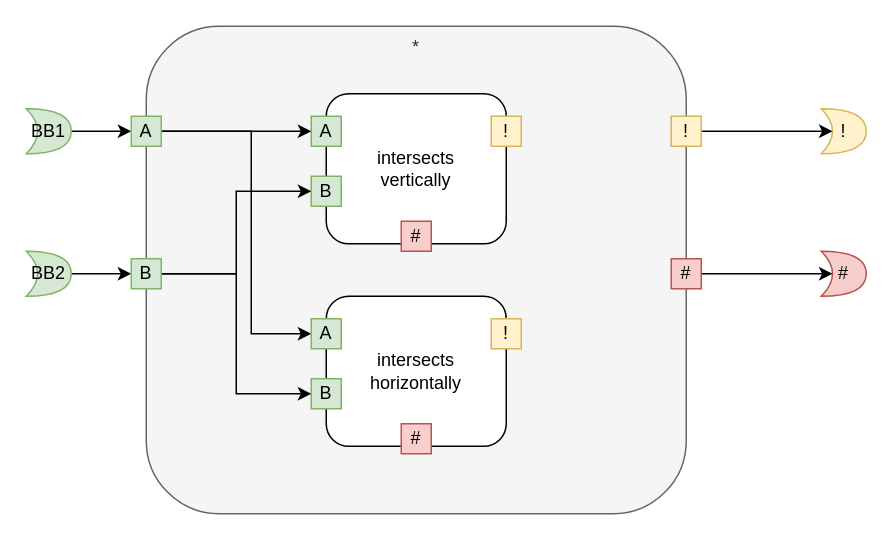
The draw.io diagram page "A intersects B" (11 of 29) of intersection.drawio in guitarvydas/dasl, before the edit. Source tidied: cells renumbered, new cells numbered last; positions are measured from the earlier drawing's top-left corner, leaving out a move shared by most shapes. Both pictures are drawn from the tidied source at 150%, with x=0, y=0 at pixel (26, 26).
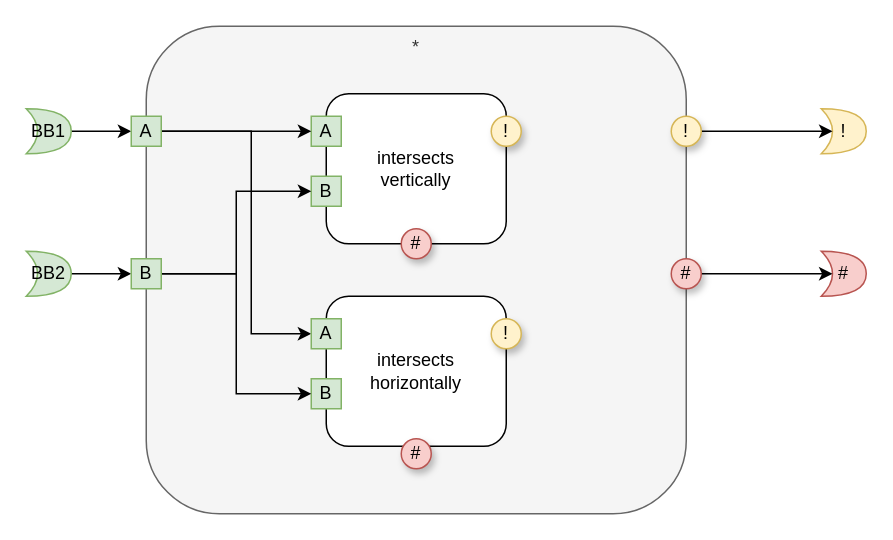
Above is the later version.

The change refers to these unchanged cells:
```xml
<mxCell id="8" value="!" style="shape=xor;whiteSpace=wrap;html=1;fillColor=#fff2cc;strokeColor=#d6b656;" parent="1" vertex="1">
  <mxGeometry x="530" y="55" width="30" height="30" as="geometry" />
</mxCell>
<mxCell id="9" value="#" style="shape=xor;whiteSpace=wrap;html=1;fillColor=#f8cecc;strokeColor=#b85450;" parent="1" vertex="1">
  <mxGeometry x="530" y="150" width="30" height="30" as="geometry" />
</mxCell>
```

Diff of the diagram source:
```diff
@@
-    <mxCell id="12" value="!" style="rounded=0;whiteSpace=wrap;html=1;fillColor=#fff2cc;strokeColor=#d6b656;" parent="1" vertex="1">
-      <mxGeometry x="310" y="60" width="20" height="20" as="geometry" />
-    </mxCell>
-    <mxCell id="13" value="#" style="rounded=0;whiteSpace=wrap;html=1;fillColor=#f8cecc;strokeColor=#b85450;" parent="1" vertex="1">
-      <mxGeometry x="250" y="130" width="20" height="20" as="geometry" />
-    </mxCell>
@@
-    <mxCell id="17" value="!" style="rounded=0;whiteSpace=wrap;html=1;fillColor=#fff2cc;strokeColor=#d6b656;" parent="1" vertex="1">
-      <mxGeometry x="310" y="195" width="20" height="20" as="geometry" />
-    </mxCell>
-    <mxCell id="18" value="#" style="rounded=0;whiteSpace=wrap;html=1;fillColor=#f8cecc;strokeColor=#b85450;" parent="1" vertex="1">
-      <mxGeometry x="250" y="265" width="20" height="20" as="geometry" />
-    </mxCell>
@@
-    <mxCell id="20" style="edgeStyle=orthogonalEdgeStyle;rounded=0;jettySize=auto;html=1;entryX=0.25;entryY=0.5;entryDx=0;entryDy=0;entryPerimeter=0;strokeColor=#000000;strokeWidth=1;" parent="1" edge="1" source="21" target="8">
-      <mxGeometry relative="1" as="geometry" />
-    </mxCell>
-    <mxCell id="21" value="!" style="rounded=0;whiteSpace=wrap;html=1;fillColor=#fff2cc;strokeColor=#d6b656;" parent="1" vertex="1">
-      <mxGeometry x="430" y="60" width="20" height="20" as="geometry" />
-    </mxCell>
-    <mxCell id="22" style="edgeStyle=orthogonalEdgeStyle;rounded=0;jettySize=auto;html=1;entryX=0.25;entryY=0.5;entryDx=0;entryDy=0;entryPerimeter=0;strokeColor=#000000;strokeWidth=1;" parent="1" edge="1" source="23" target="9">
-      <mxGeometry relative="1" as="geometry" />
-    </mxCell>
-    <mxCell id="23" value="#" style="rounded=0;whiteSpace=wrap;html=1;fillColor=#f8cecc;strokeColor=#b85450;" parent="1" vertex="1">
-      <mxGeometry x="430" y="155" width="20" height="20" as="geometry" />
-    </mxCell>
@@
+    <mxCell id="29" value="!" style="ellipse;whiteSpace=wrap;html=1;shadow=1;fillColor=#fff2cc;strokeColor=#d6b656;" parent="1" vertex="1">
+      <mxGeometry x="310" y="60" width="20" height="20" as="geometry" />
+    </mxCell>
+    <mxCell id="30" value="#" style="ellipse;whiteSpace=wrap;html=1;shadow=1;fillColor=#f8cecc;strokeColor=#b85450;" parent="1" vertex="1">
+      <mxGeometry x="250" y="135" width="20" height="20" as="geometry" />
+    </mxCell>
+    <mxCell id="31" value="#" style="ellipse;whiteSpace=wrap;html=1;shadow=1;fillColor=#f8cecc;strokeColor=#b85450;" parent="1" vertex="1">
+      <mxGeometry x="250" y="275" width="20" height="20" as="geometry" />
+    </mxCell>
+    <mxCell id="32" style="edgeStyle=orthogonalEdgeStyle;rounded=0;jettySize=auto;html=1;entryX=0.25;entryY=0.5;entryDx=0;entryDy=0;entryPerimeter=0;" parent="1" edge="1" source="33" target="9">
+      <mxGeometry relative="1" as="geometry" />
+    </mxCell>
+    <mxCell id="33" value="#" style="ellipse;whiteSpace=wrap;html=1;shadow=1;fillColor=#f8cecc;strokeColor=#b85450;" parent="1" vertex="1">
+      <mxGeometry x="430" y="155" width="20" height="20" as="geometry" />
+    </mxCell>
+    <mxCell id="34" value="!" style="ellipse;whiteSpace=wrap;html=1;shadow=1;fillColor=#fff2cc;strokeColor=#d6b656;" parent="1" vertex="1">
+      <mxGeometry x="310" y="195" width="20" height="20" as="geometry" />
+    </mxCell>
+    <mxCell id="35" style="edgeStyle=orthogonalEdgeStyle;rounded=0;jettySize=auto;html=1;entryX=0.25;entryY=0.5;entryDx=0;entryDy=0;entryPerimeter=0;" parent="1" edge="1" source="36" target="8">
+      <mxGeometry relative="1" as="geometry" />
+    </mxCell>
+    <mxCell id="36" value="!" style="ellipse;whiteSpace=wrap;html=1;shadow=1;fillColor=#fff2cc;strokeColor=#d6b656;" parent="1" vertex="1">
+      <mxGeometry x="430" y="60" width="20" height="20" as="geometry" />
+    </mxCell>
```
